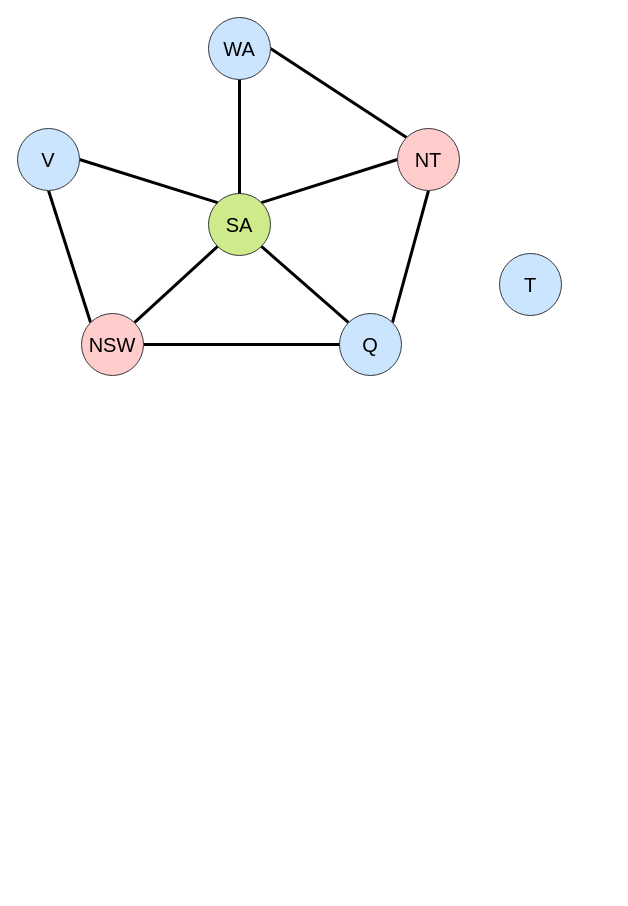
Earlier version of the draw.io diagram page "Australia_graph" (2 of 2) of ConstraintSatisfaction/docs/Circuit_Diagram.drawio (spencerbertsch1/AI). Source tidied: cells renumbered, new cells numbered last; positions are measured from the earlier drawing's top-left corner, leaving out a move shared by most shapes. Both pictures are drawn from the tidied source at 100%, with x=0, y=0 at pixel (17, 17).
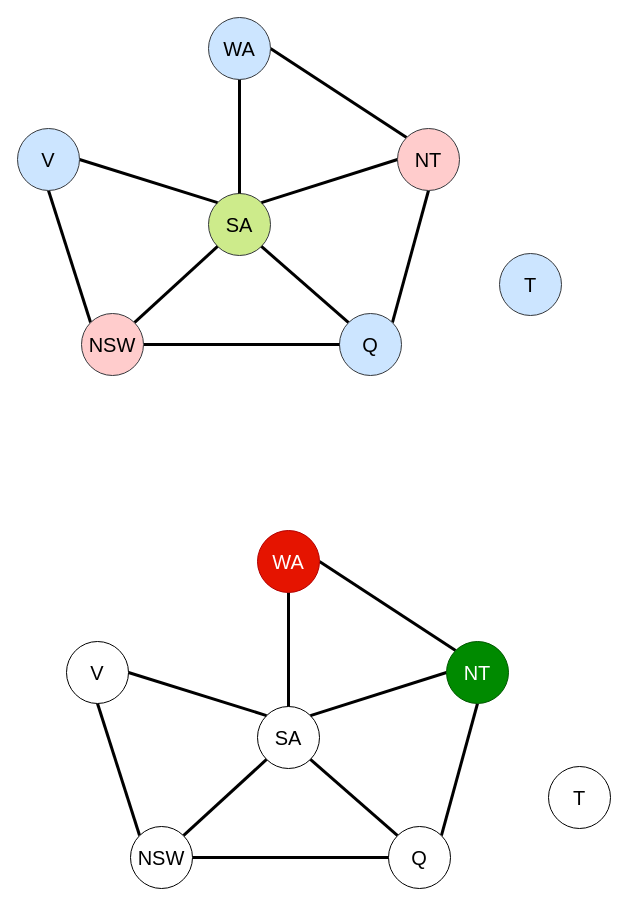
Above is the later version.

Change to the diagram source:
```diff
@@
+    <mxCell id="18" value="&lt;font style=&quot;font-size: 20px&quot;&gt;SA&lt;/font&gt;" style="ellipse;whiteSpace=wrap;html=1;" parent="1" vertex="1">
+      <mxGeometry x="240" y="689" width="62" height="62" as="geometry" />
+    </mxCell>
+    <mxCell id="19" style="edgeStyle=none;jettySize=auto;html=1;exitX=0.5;exitY=1;exitDx=0;exitDy=0;entryX=0;entryY=0;entryDx=0;entryDy=0;startArrow=none;startFill=0;endArrow=none;endFill=0;strokeWidth=3;" parent="1" edge="1" source="21" target="30">
+      <mxGeometry relative="1" as="geometry" />
+    </mxCell>
+    <mxCell id="20" style="edgeStyle=none;jettySize=auto;html=1;exitX=1;exitY=0.5;exitDx=0;exitDy=0;entryX=0;entryY=0;entryDx=0;entryDy=0;startArrow=none;startFill=0;endArrow=none;endFill=0;strokeWidth=3;" parent="1" edge="1" source="21" target="18">
+      <mxGeometry relative="1" as="geometry" />
+    </mxCell>
+    <mxCell id="21" value="&lt;font style=&quot;font-size: 20px&quot;&gt;V&lt;/font&gt;" style="ellipse;whiteSpace=wrap;html=1;" parent="1" vertex="1">
+      <mxGeometry x="49" y="624" width="62" height="62" as="geometry" />
+    </mxCell>
+    <mxCell id="22" style="jettySize=auto;html=1;exitX=0.5;exitY=1;exitDx=0;exitDy=0;entryX=1;entryY=0;entryDx=0;entryDy=0;startArrow=none;startFill=0;strokeWidth=3;endArrow=none;endFill=0;" parent="1" edge="1" source="25" target="27">
+      <mxGeometry relative="1" as="geometry" />
+    </mxCell>
+    <mxCell id="23" style="edgeStyle=none;jettySize=auto;html=1;exitX=0;exitY=0;exitDx=0;exitDy=0;entryX=1;entryY=0.5;entryDx=0;entryDy=0;startArrow=none;startFill=0;endArrow=none;endFill=0;strokeWidth=3;" parent="1" edge="1" source="25" target="32">
+      <mxGeometry relative="1" as="geometry" />
+    </mxCell>
+    <mxCell id="24" style="edgeStyle=none;jettySize=auto;html=1;exitX=0;exitY=0.5;exitDx=0;exitDy=0;entryX=1;entryY=0;entryDx=0;entryDy=0;startArrow=none;startFill=0;endArrow=none;endFill=0;strokeWidth=3;" parent="1" edge="1" source="25" target="18">
+      <mxGeometry relative="1" as="geometry" />
+    </mxCell>
+    <mxCell id="25" value="&lt;font style=&quot;font-size: 20px&quot;&gt;NT&lt;/font&gt;" style="ellipse;whiteSpace=wrap;html=1;strokeColor=#005700;fillColor=#008a00;fontColor=#ffffff;" parent="1" vertex="1">
+      <mxGeometry x="429" y="624" width="62" height="62" as="geometry" />
+    </mxCell>
+    <mxCell id="26" style="edgeStyle=none;jettySize=auto;html=1;exitX=0;exitY=0;exitDx=0;exitDy=0;entryX=1;entryY=1;entryDx=0;entryDy=0;startArrow=none;startFill=0;endArrow=none;endFill=0;strokeWidth=3;" parent="1" edge="1" source="27" target="18">
+      <mxGeometry relative="1" as="geometry" />
+    </mxCell>
+    <mxCell id="27" value="&lt;font style=&quot;font-size: 20px&quot;&gt;Q&lt;/font&gt;" style="ellipse;whiteSpace=wrap;html=1;" parent="1" vertex="1">
+      <mxGeometry x="371" y="809" width="62" height="62" as="geometry" />
+    </mxCell>
+    <mxCell id="28" style="edgeStyle=none;jettySize=auto;html=1;exitX=1;exitY=0.5;exitDx=0;exitDy=0;entryX=0;entryY=0.5;entryDx=0;entryDy=0;startArrow=none;startFill=0;endArrow=none;endFill=0;strokeWidth=3;" parent="1" edge="1" source="30" target="27">
+      <mxGeometry relative="1" as="geometry" />
+    </mxCell>
+    <mxCell id="29" style="edgeStyle=none;jettySize=auto;html=1;exitX=1;exitY=0;exitDx=0;exitDy=0;entryX=0;entryY=1;entryDx=0;entryDy=0;startArrow=none;startFill=0;endArrow=none;endFill=0;strokeWidth=3;" parent="1" edge="1" source="30" target="18">
+      <mxGeometry relative="1" as="geometry" />
+    </mxCell>
+    <mxCell id="30" value="&lt;font style=&quot;font-size: 20px&quot;&gt;NSW&lt;/font&gt;" style="ellipse;whiteSpace=wrap;html=1;" parent="1" vertex="1">
+      <mxGeometry x="113" y="809" width="62" height="62" as="geometry" />
+    </mxCell>
+    <mxCell id="31" style="edgeStyle=none;jettySize=auto;html=1;exitX=0.5;exitY=1;exitDx=0;exitDy=0;entryX=0.5;entryY=0;entryDx=0;entryDy=0;startArrow=none;startFill=0;endArrow=none;endFill=0;strokeWidth=3;" parent="1" edge="1" source="32" target="18">
+      <mxGeometry relative="1" as="geometry" />
+    </mxCell>
+    <mxCell id="32" value="&lt;font style=&quot;font-size: 20px&quot;&gt;WA&lt;/font&gt;" style="ellipse;whiteSpace=wrap;html=1;strokeColor=#B20000;fillColor=#e51400;fontColor=#ffffff;" parent="1" vertex="1">
+      <mxGeometry x="240" y="513" width="62" height="62" as="geometry" />
+    </mxCell>
+    <mxCell id="33" value="&lt;font style=&quot;font-size: 20px&quot;&gt;T&lt;/font&gt;" style="ellipse;whiteSpace=wrap;html=1;" parent="1" vertex="1">
+      <mxGeometry x="531" y="749" width="62" height="62" as="geometry" />
+    </mxCell>
```
